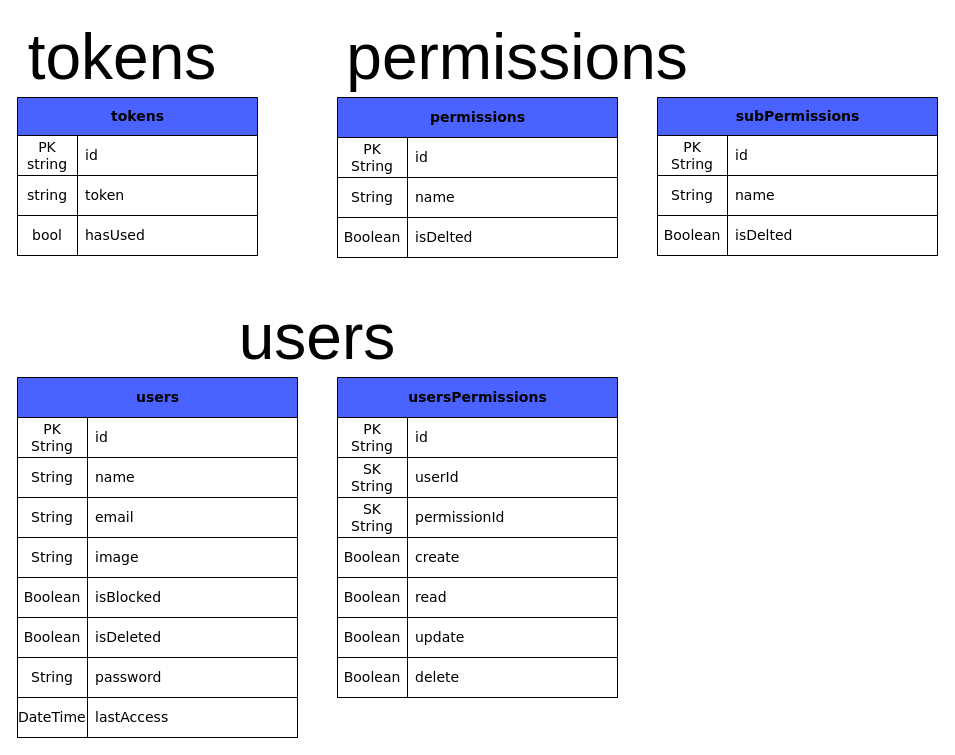
carlospasqualidev/default-server keeps this draw.io diagram as src/docs/db.drawio. Above is the earlier version. Source tidied: cells renumbered, new cells numbered last; positions are measured from the earlier drawing's top-left corner, leaving out a move shared by most shapes. Both pictures are drawn from the tidied source at 100%, with x=0, y=0 at pixel (17, 17).
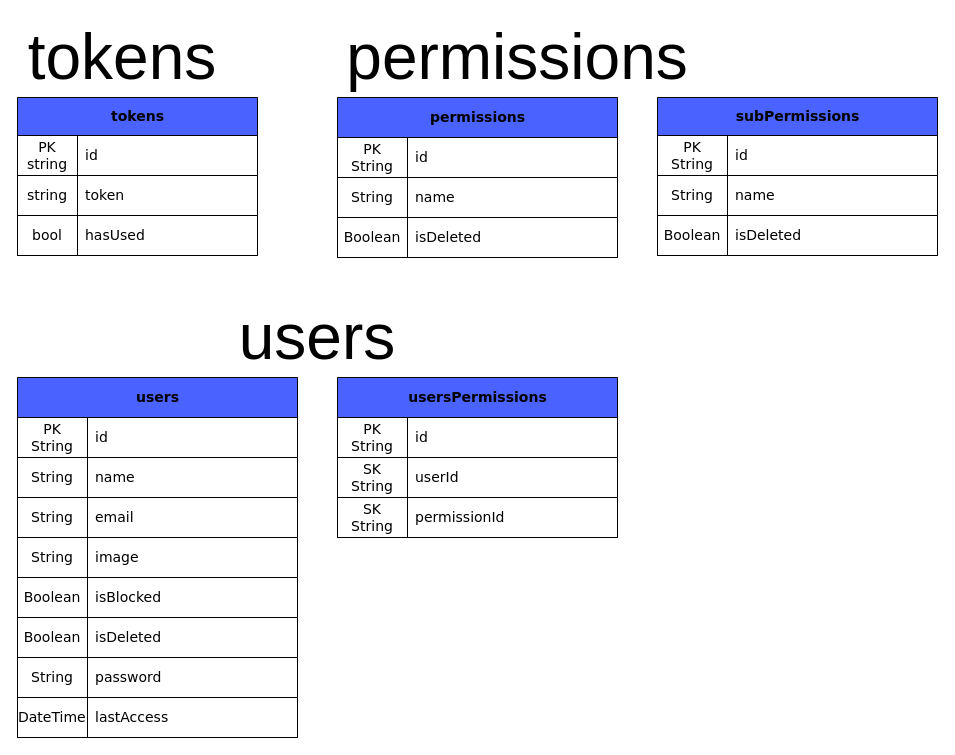
The same diagram, later.

The change refers to these unchanged cells:
```xml
<mxCell id="70" style="shape=partialRectangle;html=1;whiteSpace=wrap;fillColor=none;top=0;left=0;bottom=1;right=0;points=[[0,0.5],[1,0.5]];portConstraint=eastwest;rounded=0;shadow=0;labelBackgroundColor=none;labelBorderColor=none;comic=0;sketch=0;fontFamily=Verdana;fontSize=14;fontColor=default;startSize=26;strokeColor=default;strokeWidth=1;" parent="63" vertex="1">
  <mxGeometry y="120" width="280" height="40" as="geometry" />
</mxCell>
<mxCell id="80" style="shape=partialRectangle;html=1;whiteSpace=wrap;fillColor=none;top=0;left=0;bottom=1;right=0;rounded=0;shadow=0;labelBackgroundColor=none;labelBorderColor=none;comic=0;sketch=0;fontFamily=Verdana;fontSize=14;fontColor=default;startSize=26;strokeColor=default;strokeWidth=1;" parent="73" vertex="1">
  <mxGeometry y="118" width="280" height="40" as="geometry" />
</mxCell>
```

What changed in the source:
```diff
@@
     <mxCell id="39" value="usersPermissions" style="shape=table;startSize=40;childLayout=tableLayout;rowLines=1;fontStyle=1;align=center;rounded=0;shadow=0;labelBackgroundColor=none;labelBorderColor=none;comic=0;sketch=0;fontFamily=Verdana;fontSize=14;fontColor=default;strokeColor=default;strokeWidth=1;fillColor=#4A62FF;gradientColor=none;html=1;" parent="1" vertex="1">
-      <mxGeometry x="320" y="360" width="280" height="320" as="geometry" />
+      <mxGeometry x="320" y="360" width="280" height="160" as="geometry" />
     </mxCell>
@@
-    <mxCell id="49" style="shape=partialRectangle;html=1;whiteSpace=wrap;fillColor=none;top=0;left=0;bottom=1;right=0;rounded=0;shadow=0;labelBackgroundColor=none;labelBorderColor=none;comic=0;sketch=0;fontFamily=Verdana;fontSize=14;fontColor=default;startSize=26;strokeColor=default;strokeWidth=1;" parent="39" vertex="1">
-      <mxGeometry y="160" width="280" height="40" as="geometry" />
-    </mxCell>
-    <mxCell id="50" value="&lt;span&gt;Boolean&lt;/span&gt;" style="shape=partialRectangle;html=1;whiteSpace=wrap;fillColor=default;top=1;left=1;bottom=1;right=1;overflow=hidden;rounded=0;shadow=0;labelBackgroundColor=none;labelBorderColor=none;comic=0;sketch=0;fontFamily=Verdana;fontSize=14;fontColor=default;startSize=26;strokeColor=default;strokeWidth=1;align=center;" parent="49" vertex="1">
-      <mxGeometry width="70" height="40" as="geometry" />
-    </mxCell>
-    <mxCell id="51" value="create" style="shape=partialRectangle;html=1;whiteSpace=wrap;fillColor=default;top=1;left=1;bottom=1;right=1;align=left;spacingLeft=6;overflow=hidden;rounded=0;shadow=0;labelBackgroundColor=none;labelBorderColor=none;comic=0;sketch=0;fontFamily=Verdana;fontSize=14;fontColor=default;startSize=26;strokeColor=default;strokeWidth=1;" parent="49" vertex="1">
-      <mxGeometry x="70" width="210" height="40" as="geometry" />
-    </mxCell>
-    <mxCell id="52" style="shape=partialRectangle;html=1;whiteSpace=wrap;fillColor=none;top=0;left=0;bottom=1;right=0;rounded=0;shadow=0;labelBackgroundColor=none;labelBorderColor=none;comic=0;sketch=0;fontFamily=Verdana;fontSize=14;fontColor=default;startSize=26;strokeColor=default;strokeWidth=1;" parent="39" vertex="1">
-      <mxGeometry y="200" width="280" height="40" as="geometry" />
-    </mxCell>
-    <mxCell id="53" value="&lt;span&gt;Boolean&lt;/span&gt;" style="shape=partialRectangle;html=1;whiteSpace=wrap;fillColor=default;top=1;left=1;bottom=1;right=1;overflow=hidden;rounded=0;shadow=0;labelBackgroundColor=none;labelBorderColor=none;comic=0;sketch=0;fontFamily=Verdana;fontSize=14;fontColor=default;startSize=26;strokeColor=default;strokeWidth=1;align=center;" parent="52" vertex="1">
-      <mxGeometry width="70" height="40" as="geometry" />
-    </mxCell>
-    <mxCell id="54" value="read" style="shape=partialRectangle;html=1;whiteSpace=wrap;fillColor=default;top=1;left=1;bottom=1;right=1;align=left;spacingLeft=6;overflow=hidden;rounded=0;shadow=0;labelBackgroundColor=none;labelBorderColor=none;comic=0;sketch=0;fontFamily=Verdana;fontSize=14;fontColor=default;startSize=26;strokeColor=default;strokeWidth=1;" parent="52" vertex="1">
-      <mxGeometry x="70" width="210" height="40" as="geometry" />
-    </mxCell>
-    <mxCell id="55" style="shape=partialRectangle;html=1;whiteSpace=wrap;fillColor=none;top=0;left=0;bottom=1;right=0;rounded=0;shadow=0;labelBackgroundColor=none;labelBorderColor=none;comic=0;sketch=0;fontFamily=Verdana;fontSize=14;fontColor=default;startSize=26;strokeColor=default;strokeWidth=1;" parent="39" vertex="1">
-      <mxGeometry y="240" width="280" height="40" as="geometry" />
-    </mxCell>
-    <mxCell id="56" value="&lt;span&gt;Boolean&lt;/span&gt;" style="shape=partialRectangle;html=1;whiteSpace=wrap;fillColor=default;top=1;left=1;bottom=1;right=1;overflow=hidden;rounded=0;shadow=0;labelBackgroundColor=none;labelBorderColor=none;comic=0;sketch=0;fontFamily=Verdana;fontSize=14;fontColor=default;startSize=26;strokeColor=default;strokeWidth=1;align=center;" parent="55" vertex="1">
-      <mxGeometry width="70" height="40" as="geometry" />
-    </mxCell>
-    <mxCell id="57" value="update" style="shape=partialRectangle;html=1;whiteSpace=wrap;fillColor=default;top=1;left=1;bottom=1;right=1;align=left;spacingLeft=6;overflow=hidden;rounded=0;shadow=0;labelBackgroundColor=none;labelBorderColor=none;comic=0;sketch=0;fontFamily=Verdana;fontSize=14;fontColor=default;startSize=26;strokeColor=default;strokeWidth=1;" parent="55" vertex="1">
-      <mxGeometry x="70" width="210" height="40" as="geometry" />
-    </mxCell>
-    <mxCell id="58" style="shape=partialRectangle;html=1;whiteSpace=wrap;fillColor=none;top=0;left=0;bottom=1;right=0;rounded=0;shadow=0;labelBackgroundColor=none;labelBorderColor=none;comic=0;sketch=0;fontFamily=Verdana;fontSize=14;fontColor=default;startSize=26;strokeColor=default;strokeWidth=1;" parent="39" vertex="1">
-      <mxGeometry y="280" width="280" height="40" as="geometry" />
-    </mxCell>
-    <mxCell id="59" value="&lt;span&gt;Boolean&lt;/span&gt;" style="shape=partialRectangle;html=1;whiteSpace=wrap;fillColor=default;top=1;left=1;bottom=1;right=1;overflow=hidden;rounded=0;shadow=0;labelBackgroundColor=none;labelBorderColor=none;comic=0;sketch=0;fontFamily=Verdana;fontSize=14;fontColor=default;startSize=26;strokeColor=default;strokeWidth=1;align=center;" parent="58" vertex="1">
-      <mxGeometry width="70" height="40" as="geometry" />
-    </mxCell>
-    <mxCell id="60" value="delete" style="shape=partialRectangle;html=1;whiteSpace=wrap;fillColor=default;top=1;left=1;bottom=1;right=1;align=left;spacingLeft=6;overflow=hidden;rounded=0;shadow=0;labelBackgroundColor=none;labelBorderColor=none;comic=0;sketch=0;fontFamily=Verdana;fontSize=14;fontColor=default;startSize=26;strokeColor=default;strokeWidth=1;" parent="58" vertex="1">
-      <mxGeometry x="70" width="210" height="40" as="geometry" />
-    </mxCell>
@@
-    <mxCell id="72" value="isDelted" style="shape=partialRectangle;html=1;whiteSpace=wrap;fillColor=default;top=1;left=1;bottom=1;right=1;align=left;spacingLeft=6;overflow=hidden;rounded=0;shadow=0;labelBackgroundColor=none;labelBorderColor=none;comic=0;sketch=0;fontFamily=Verdana;fontSize=14;fontColor=default;startSize=26;strokeColor=default;strokeWidth=1;" parent="70" vertex="1">
+    <mxCell id="72" value="isDeleted" style="shape=partialRectangle;html=1;whiteSpace=wrap;fillColor=default;top=1;left=1;bottom=1;right=1;align=left;spacingLeft=6;overflow=hidden;rounded=0;shadow=0;labelBackgroundColor=none;labelBorderColor=none;comic=0;sketch=0;fontFamily=Verdana;fontSize=14;fontColor=default;startSize=26;strokeColor=default;strokeWidth=1;" parent="70" vertex="1">
       <mxGeometry x="70" width="210" height="40" as="geometry" />
     </mxCell>
@@
-    <mxCell id="82" value="isDelted" style="shape=partialRectangle;html=1;whiteSpace=wrap;fillColor=default;top=1;left=1;bottom=1;right=1;align=left;spacingLeft=6;overflow=hidden;rounded=0;shadow=0;labelBackgroundColor=none;labelBorderColor=none;comic=0;sketch=0;fontFamily=Verdana;fontSize=14;fontColor=default;startSize=26;strokeColor=default;strokeWidth=1;" parent="80" vertex="1">
+    <mxCell id="82" value="isDeleted" style="shape=partialRectangle;html=1;whiteSpace=wrap;fillColor=default;top=1;left=1;bottom=1;right=1;align=left;spacingLeft=6;overflow=hidden;rounded=0;shadow=0;labelBackgroundColor=none;labelBorderColor=none;comic=0;sketch=0;fontFamily=Verdana;fontSize=14;fontColor=default;startSize=26;strokeColor=default;strokeWidth=1;" parent="80" vertex="1">
       <mxGeometry x="70" width="210" height="40" as="geometry" />
     </mxCell>
```
